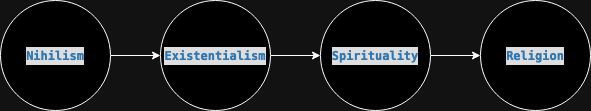
Before: assets/img/purpose.png, a diagram exported from draw.io (usman-jamil/no-style-please). Source tidied: cells renumbered, new cells last; positions are measured from the earlier drawing's top-left corner, leaving out a move shared by most shapes. Its diagram source:
```xml
<mxGraphModel>
  <root>
    <mxCell id="0" />
    <mxCell id="1" parent="0" />
    <mxCell id="2" style="edgeStyle=orthogonalEdgeStyle;rounded=0;jettySize=auto;html=1;entryX=0;entryY=0.5;entryDx=0;entryDy=0;" parent="1" edge="1" source="3" target="5">
      <mxGeometry relative="1" as="geometry" />
    </mxCell>
    <mxCell id="3" value="&lt;meta charset=&quot;utf-8&quot;&gt;&lt;div style=&quot;color: #cccccc;background-color: #1f1f1f;font-family: Menlo, Monaco, 'Courier New', monospace;font-weight: normal;font-size: 12px;line-height: 18px;white-space: pre;&quot;&gt;&lt;div&gt;&lt;span style=&quot;color: #569cd6;font-weight: bold;&quot;&gt;Nihilism&lt;/span&gt;&lt;/div&gt;&lt;/div&gt;" style="ellipse;whiteSpace=wrap;html=1;flipH=1;" parent="1" vertex="1">
      <mxGeometry width="110" height="110" as="geometry" />
    </mxCell>
    <mxCell id="4" style="edgeStyle=orthogonalEdgeStyle;rounded=0;jettySize=auto;html=1;exitX=1;exitY=0.5;exitDx=0;exitDy=0;entryX=0;entryY=0.5;entryDx=0;entryDy=0;" parent="1" edge="1" source="5" target="7">
      <mxGeometry relative="1" as="geometry" />
    </mxCell>
    <mxCell id="5" value="&lt;meta charset=&quot;utf-8&quot;&gt;&lt;div style=&quot;color: #cccccc;background-color: #1f1f1f;font-family: Menlo, Monaco, 'Courier New', monospace;font-weight: normal;font-size: 12px;line-height: 18px;white-space: pre;&quot;&gt;&lt;div&gt;&lt;span style=&quot;color: #569cd6;font-weight: bold;&quot;&gt;Existentialism&lt;/span&gt;&lt;/div&gt;&lt;/div&gt;" style="ellipse;whiteSpace=wrap;html=1;flipH=1;" parent="1" vertex="1">
      <mxGeometry x="160" width="110" height="110" as="geometry" />
    </mxCell>
    <mxCell id="6" style="edgeStyle=orthogonalEdgeStyle;rounded=0;jettySize=auto;html=1;exitX=1;exitY=0.5;exitDx=0;exitDy=0;entryX=0;entryY=0.5;entryDx=0;entryDy=0;" parent="1" edge="1" source="7" target="8">
      <mxGeometry relative="1" as="geometry" />
    </mxCell>
    <mxCell id="7" value="&lt;meta charset=&quot;utf-8&quot;&gt;&lt;div style=&quot;color: #cccccc;background-color: #1f1f1f;font-family: Menlo, Monaco, 'Courier New', monospace;font-weight: normal;font-size: 12px;line-height: 18px;white-space: pre;&quot;&gt;&lt;div&gt;&lt;span style=&quot;color: #569cd6;font-weight: bold;&quot;&gt;Spirituality&lt;/span&gt;&lt;/div&gt;&lt;/div&gt;" style="ellipse;whiteSpace=wrap;html=1;flipH=1;" parent="1" vertex="1">
      <mxGeometry x="320" width="110" height="110" as="geometry" />
    </mxCell>
    <mxCell id="8" value="&lt;meta charset=&quot;utf-8&quot;&gt;&lt;div style=&quot;color: #cccccc;background-color: #1f1f1f;font-family: Menlo, Monaco, 'Courier New', monospace;font-weight: normal;font-size: 12px;line-height: 18px;white-space: pre;&quot;&gt;&lt;div&gt;&lt;span style=&quot;color: #569cd6;font-weight: bold;&quot;&gt;Religion&lt;/span&gt;&lt;/div&gt;&lt;/div&gt;" style="ellipse;whiteSpace=wrap;html=1;flipH=1;" parent="1" vertex="1">
      <mxGeometry x="480" width="110" height="110" as="geometry" />
    </mxCell>
  </root>
</mxGraphModel>
```
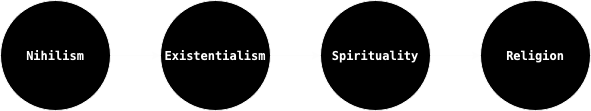
Later version of the same file.

The edit, as a diff of the source:
```diff
@@ -5,22 +5,22 @@
     <mxCell id="2" style="edgeStyle=orthogonalEdgeStyle;rounded=0;jettySize=auto;html=1;entryX=0;entryY=0.5;entryDx=0;entryDy=0;" parent="1" edge="1" source="3" target="5">
       <mxGeometry relative="1" as="geometry" />
     </mxCell>
-    <mxCell id="3" value="&lt;meta charset=&quot;utf-8&quot;&gt;&lt;div style=&quot;color: #cccccc;background-color: #1f1f1f;font-family: Menlo, Monaco, 'Courier New', monospace;font-weight: normal;font-size: 12px;line-height: 18px;white-space: pre;&quot;&gt;&lt;div&gt;&lt;span style=&quot;color: #569cd6;font-weight: bold;&quot;&gt;Nihilism&lt;/span&gt;&lt;/div&gt;&lt;/div&gt;" style="ellipse;whiteSpace=wrap;html=1;flipH=1;" parent="1" vertex="1">
+    <mxCell id="3" value="&lt;div style=&quot;font-family: Menlo, Monaco, &amp;quot;Courier New&amp;quot;, monospace; font-weight: normal; font-size: 12px; line-height: 18px; white-space: pre;&quot;&gt;&lt;div&gt;&lt;span style=&quot;font-weight: bold;&quot;&gt;Nihilism&lt;/span&gt;&lt;/div&gt;&lt;/div&gt;" style="ellipse;whiteSpace=wrap;html=1;flipH=1;labelBackgroundColor=default;fontColor=default;" parent="1" vertex="1">
       <mxGeometry width="110" height="110" as="geometry" />
     </mxCell>
     <mxCell id="4" style="edgeStyle=orthogonalEdgeStyle;rounded=0;jettySize=auto;html=1;exitX=1;exitY=0.5;exitDx=0;exitDy=0;entryX=0;entryY=0.5;entryDx=0;entryDy=0;" parent="1" edge="1" source="5" target="7">
       <mxGeometry relative="1" as="geometry" />
     </mxCell>
-    <mxCell id="5" value="&lt;meta charset=&quot;utf-8&quot;&gt;&lt;div style=&quot;color: #cccccc;background-color: #1f1f1f;font-family: Menlo, Monaco, 'Courier New', monospace;font-weight: normal;font-size: 12px;line-height: 18px;white-space: pre;&quot;&gt;&lt;div&gt;&lt;span style=&quot;color: #569cd6;font-weight: bold;&quot;&gt;Existentialism&lt;/span&gt;&lt;/div&gt;&lt;/div&gt;" style="ellipse;whiteSpace=wrap;html=1;flipH=1;" parent="1" vertex="1">
+    <mxCell id="5" value="&lt;div style=&quot;font-family: Menlo, Monaco, &amp;quot;Courier New&amp;quot;, monospace; font-weight: normal; font-size: 12px; line-height: 18px; white-space: pre;&quot;&gt;&lt;div&gt;&lt;span style=&quot;font-weight: bold;&quot;&gt;Existentialism&lt;/span&gt;&lt;/div&gt;&lt;/div&gt;" style="ellipse;whiteSpace=wrap;html=1;flipH=1;labelBackgroundColor=default;" parent="1" vertex="1">
       <mxGeometry x="160" width="110" height="110" as="geometry" />
     </mxCell>
     <mxCell id="6" style="edgeStyle=orthogonalEdgeStyle;rounded=0;jettySize=auto;html=1;exitX=1;exitY=0.5;exitDx=0;exitDy=0;entryX=0;entryY=0.5;entryDx=0;entryDy=0;" parent="1" edge="1" source="7" target="8">
       <mxGeometry relative="1" as="geometry" />
     </mxCell>
-    <mxCell id="7" value="&lt;meta charset=&quot;utf-8&quot;&gt;&lt;div style=&quot;color: #cccccc;background-color: #1f1f1f;font-family: Menlo, Monaco, 'Courier New', monospace;font-weight: normal;font-size: 12px;line-height: 18px;white-space: pre;&quot;&gt;&lt;div&gt;&lt;span style=&quot;color: #569cd6;font-weight: bold;&quot;&gt;Spirituality&lt;/span&gt;&lt;/div&gt;&lt;/div&gt;" style="ellipse;whiteSpace=wrap;html=1;flipH=1;" parent="1" vertex="1">
+    <mxCell id="7" value="&lt;div style=&quot;font-family: Menlo, Monaco, &amp;quot;Courier New&amp;quot;, monospace; font-weight: normal; font-size: 12px; line-height: 18px; white-space: pre;&quot;&gt;&lt;div&gt;&lt;span style=&quot;font-weight: bold;&quot;&gt;Spirituality&lt;/span&gt;&lt;/div&gt;&lt;/div&gt;" style="ellipse;whiteSpace=wrap;html=1;flipH=1;labelBackgroundColor=default;" parent="1" vertex="1">
       <mxGeometry x="320" width="110" height="110" as="geometry" />
     </mxCell>
-    <mxCell id="8" value="&lt;meta charset=&quot;utf-8&quot;&gt;&lt;div style=&quot;color: #cccccc;background-color: #1f1f1f;font-family: Menlo, Monaco, 'Courier New', monospace;font-weight: normal;font-size: 12px;line-height: 18px;white-space: pre;&quot;&gt;&lt;div&gt;&lt;span style=&quot;color: #569cd6;font-weight: bold;&quot;&gt;Religion&lt;/span&gt;&lt;/div&gt;&lt;/div&gt;" style="ellipse;whiteSpace=wrap;html=1;flipH=1;" parent="1" vertex="1">
+    <mxCell id="8" value="&lt;div style=&quot;font-family: Menlo, Monaco, &amp;quot;Courier New&amp;quot;, monospace; font-weight: normal; font-size: 12px; line-height: 18px; white-space: pre;&quot;&gt;&lt;div&gt;&lt;span style=&quot;font-weight: bold;&quot;&gt;Religion&lt;/span&gt;&lt;/div&gt;&lt;/div&gt;" style="ellipse;whiteSpace=wrap;html=1;flipH=1;labelBackgroundColor=default;" parent="1" vertex="1">
       <mxGeometry x="480" width="110" height="110" as="geometry" />
     </mxCell>
   </root>
```
